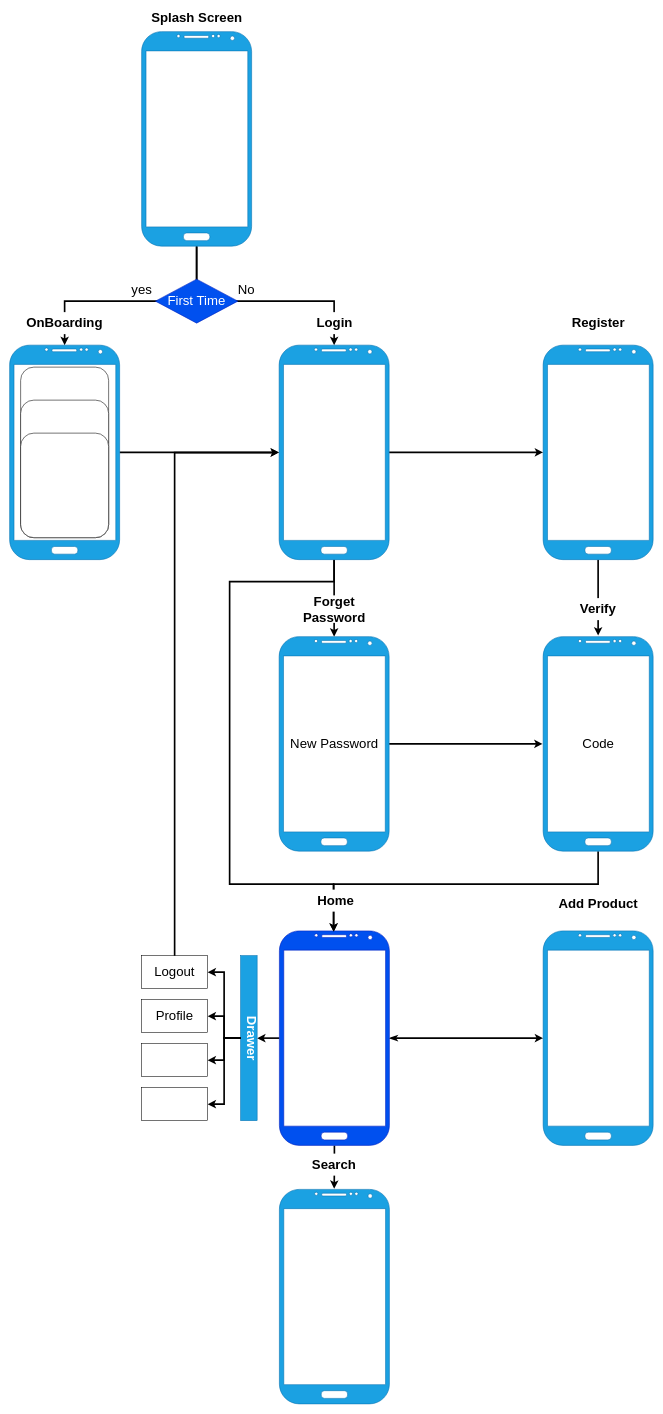
Before: project.drawio in nezarab404/PL_project, a draw.io diagram. Source tidied: cells renumbered, new cells numbered last; positions are measured from the earlier drawing's top-left corner, leaving out a move shared by most shapes. Both pictures are drawn from the tidied source at 55%, with x=0, y=0 at pixel (9, 9).
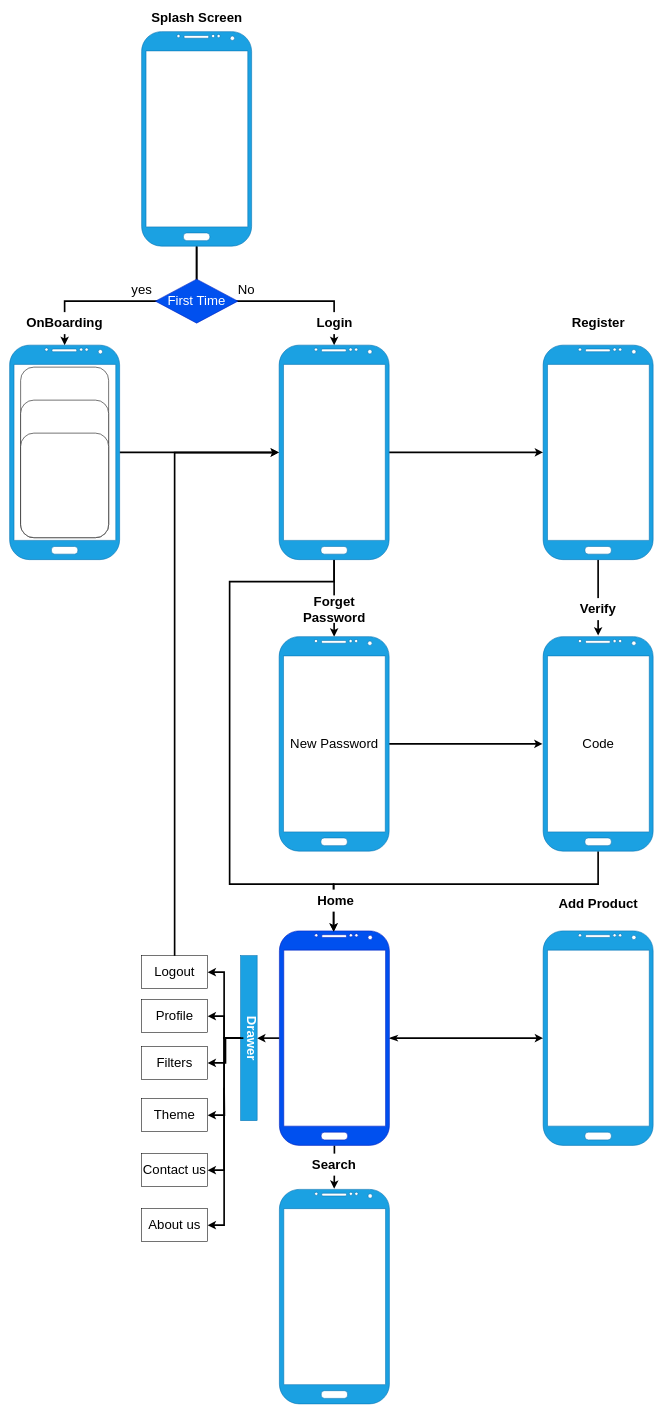
After the change.

Commit message:
Added two more options to the drawer

The change refers to these unchanged cells:
```xml
<mxCell id="31" style="whiteSpace=wrap;html=1;shadow=0;dashed=0;fontColor=#ffffff;verticalAlign=top;strokeColor=#006EAF;strokeWidth=1;fillColor=#1ba1e2;rounded=0;" parent="1" vertex="1">
  <mxGeometry x="420" y="1720" width="30" height="300" as="geometry" />
</mxCell>
<mxCell id="50" value="&lt;b&gt;&lt;font color=&quot;#ffffff&quot;&gt;Drawer&lt;/font&gt;&lt;/b&gt;" style="text;html=1;align=center;verticalAlign=middle;points=[];strokeColor=none;fillColor=none;fontSize=24;rotation=90;rounded=0;" parent="1" vertex="1">
  <mxGeometry x="390" y="1855" width="100" height="30" as="geometry" />
</mxCell>
```

The edit, as a diff of the source:
```diff
@@
-    <mxCell id="37" style="whiteSpace=wrap;html=1;fontSize=24;rounded=0;" parent="1" vertex="1">
-      <mxGeometry x="240" y="1880" width="120" height="60" as="geometry" />
+    <mxCell id="37" value="Contact us" style="whiteSpace=wrap;html=1;fontSize=24;rounded=0;" parent="1" vertex="1">
+      <mxGeometry x="240" y="2080" width="120" height="60" as="geometry" />
     </mxCell>
     <mxCell id="38" style="edgeStyle=orthogonalEdgeStyle;jettySize=auto;html=1;entryX=0;entryY=0.5;entryDx=0;entryDy=0;fontSize=24;startArrow=classic;startFill=1;endArrow=none;endFill=0;strokeWidth=3;rounded=0;" parent="1" edge="1" source="40" target="31">
-      <mxGeometry relative="1" as="geometry" />
+      <mxGeometry relative="1" as="geometry">
+        <Array as="points">
+          <mxPoint x="300" y="2210" />
+          <mxPoint x="390" y="2210" />
+          <mxPoint x="390" y="1870" />
+        </Array>
+      </mxGeometry>
     </mxCell>
@@
-    <mxCell id="40" style="whiteSpace=wrap;html=1;fontSize=24;rounded=0;" parent="1" vertex="1">
-      <mxGeometry x="240" y="1960" width="120" height="60" as="geometry" />
+    <mxCell id="40" value="About us" style="whiteSpace=wrap;html=1;fontSize=24;rounded=0;" parent="1" vertex="1">
+      <mxGeometry x="240" y="2180" width="120" height="60" as="geometry" />
     </mxCell>
@@
+    <mxCell id="51" style="edgeStyle=orthogonalEdgeStyle;rounded=0;jettySize=auto;html=1;fontSize=24;strokeWidth=3;endFill=0;endArrow=none;startFill=1;startArrow=classic;exitX=1;exitY=0.5;exitDx=0;exitDy=0;" parent="1" edge="1" source="52" target="50">
+      <mxGeometry relative="1" as="geometry" />
+    </mxCell>
@@
+    <mxCell id="52" value="Filters" style="whiteSpace=wrap;html=1;fontSize=24;rounded=0;" parent="1" vertex="1">
+      <mxGeometry x="240" y="1885" width="120" height="60" as="geometry" />
+    </mxCell>
+    <mxCell id="53" style="edgeStyle=orthogonalEdgeStyle;rounded=0;jettySize=auto;html=1;fontSize=24;strokeWidth=3;endFill=0;endArrow=none;startFill=1;startArrow=classic;exitX=1;exitY=0.5;exitDx=0;exitDy=0;" parent="1" edge="1" source="54">
+      <mxGeometry relative="1" as="geometry">
+        <mxPoint x="390" y="1960" as="targetPoint" />
+      </mxGeometry>
+    </mxCell>
+    <mxCell id="54" value="Theme" style="whiteSpace=wrap;html=1;fontSize=24;rounded=0;" parent="1" vertex="1">
+      <mxGeometry x="240" y="1980" width="120" height="60" as="geometry" />
+    </mxCell>
```
